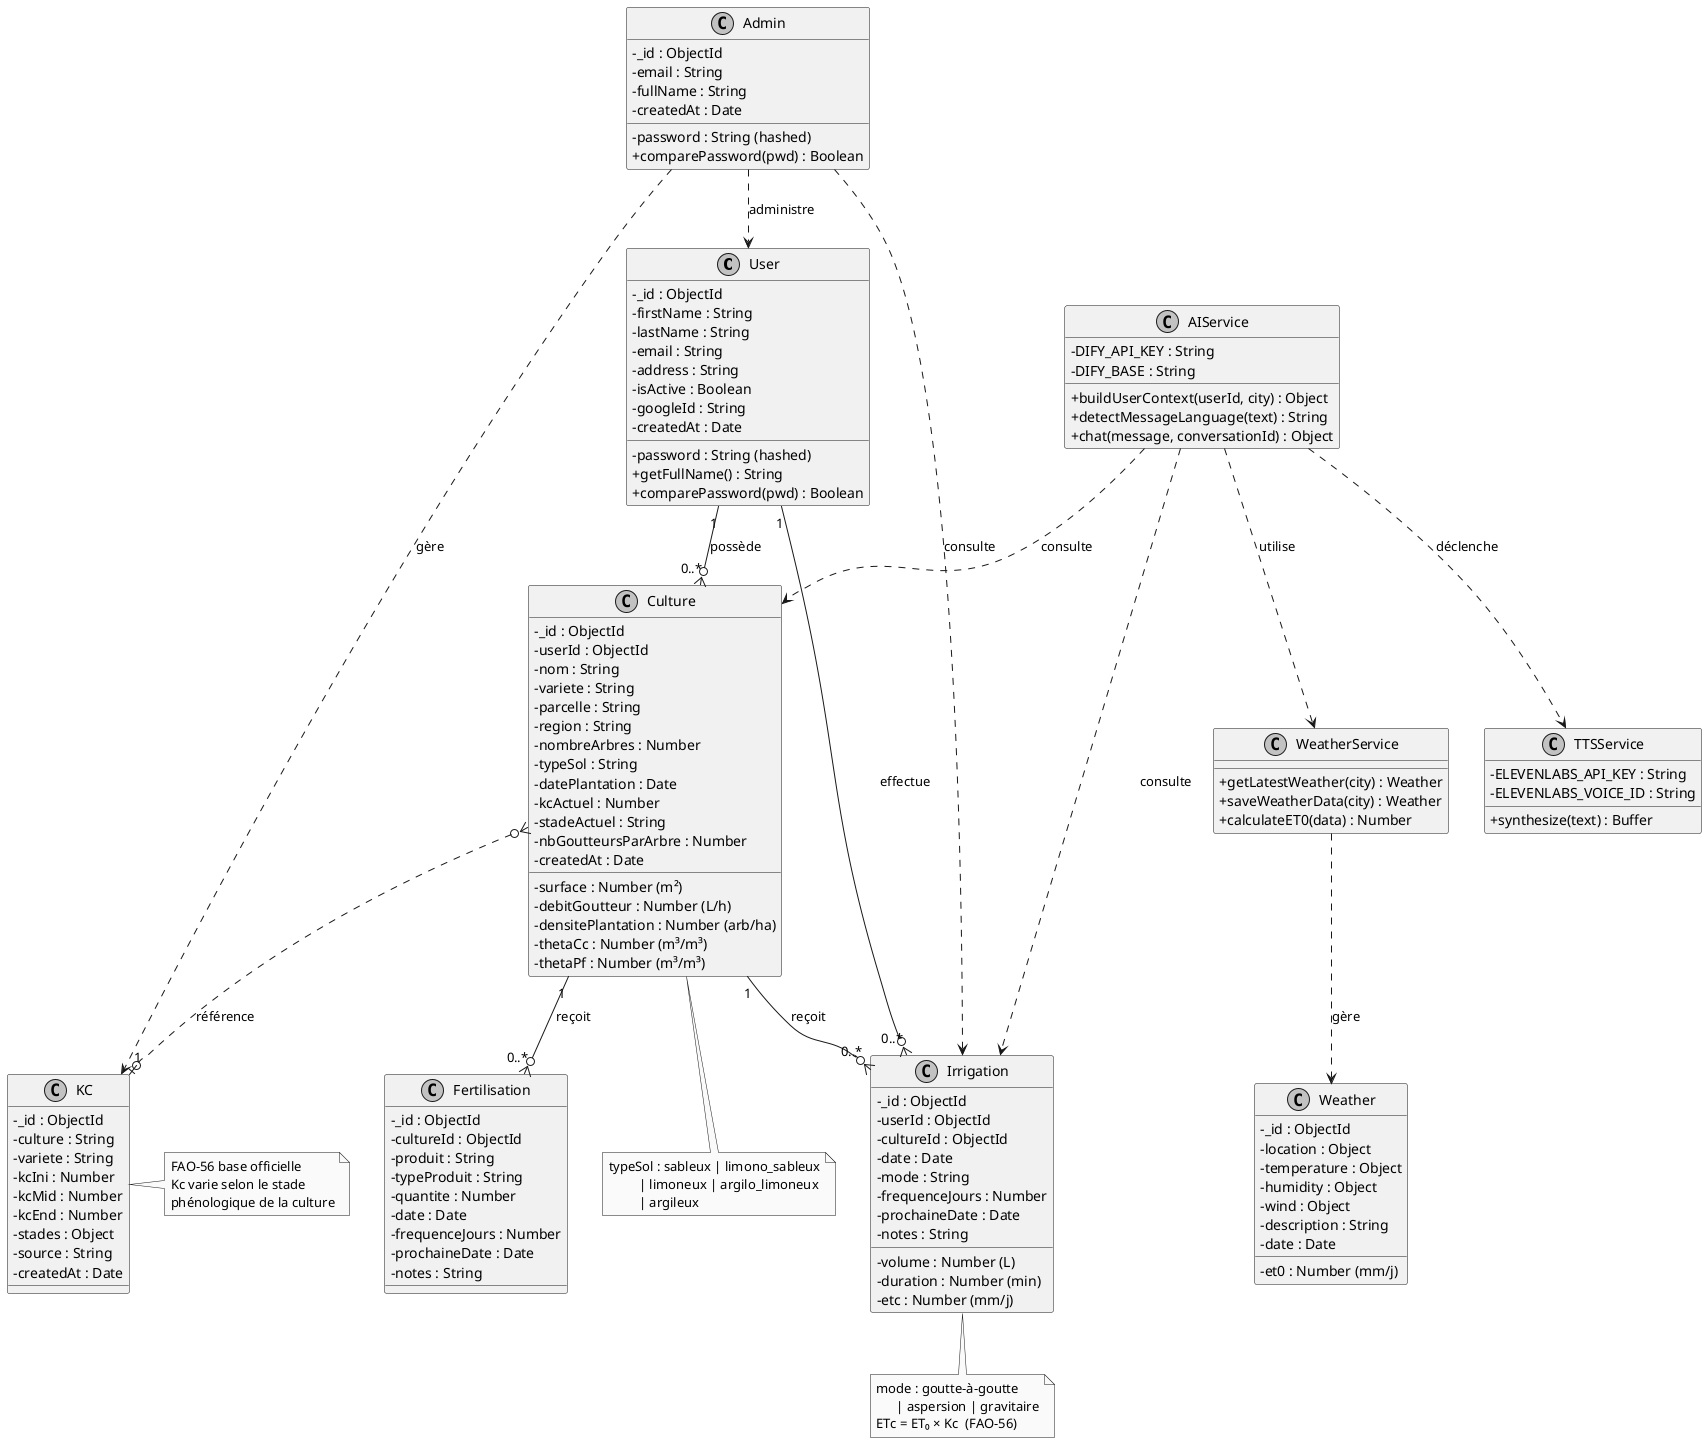
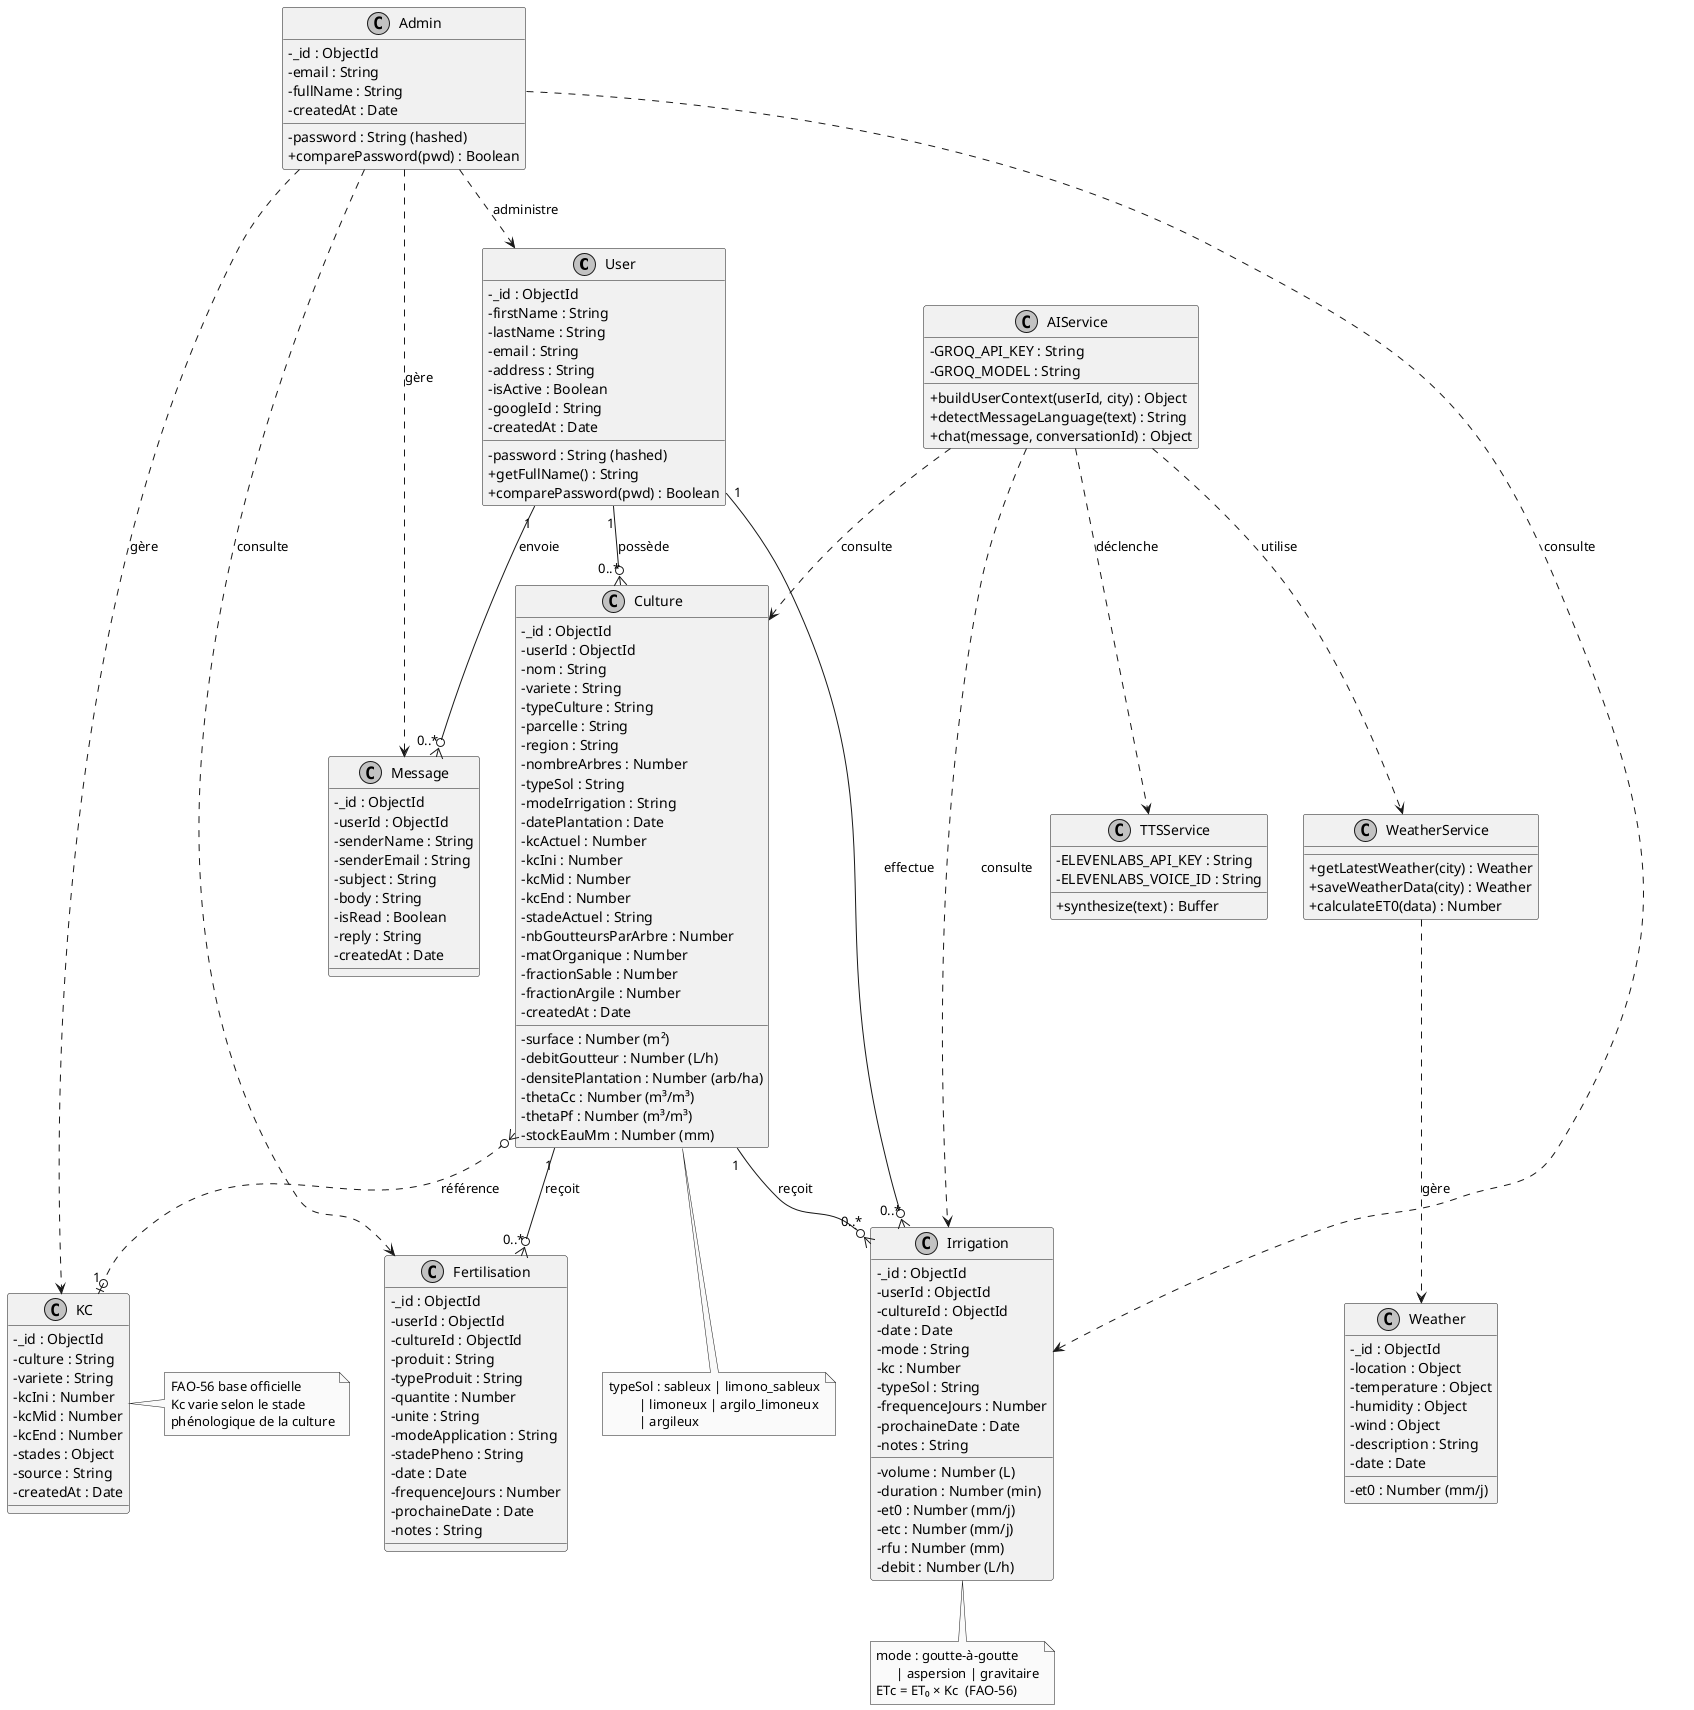
@startuml SmartIrrig - Diagramme de Classes

skinparam classAttributeIconSize 0
skinparam monochrome true
skinparam shadowing false

' ══════════════════════════════════════
' ENTITÉS PRINCIPALES
' ══════════════════════════════════════

class User {
  - _id : ObjectId
  - firstName : String
  - lastName : String
  - email : String
  - password : String (hashed)
  - address : String
  - isActive : Boolean
  - googleId : String
  - createdAt : Date
  + getFullName() : String
  + comparePassword(pwd) : Boolean
}

class Admin {
  - _id : ObjectId
  - email : String
  - password : String (hashed)
  - fullName : String
  - createdAt : Date
  + comparePassword(pwd) : Boolean
}

class Culture {
  - _id : ObjectId
  - userId : ObjectId
  - nom : String
  - variete : String
+   - typeCulture : String
  - parcelle : String
  - region : String
  - surface : Number (m²)
  - nombreArbres : Number
  - typeSol : String
+   - modeIrrigation : String
  - datePlantation : Date
  - kcActuel : Number
+   - kcIni : Number
+   - kcMid : Number
+   - kcEnd : Number
  - stadeActuel : String
  - debitGoutteur : Number (L/h)
  - nbGoutteursParArbre : Number
  - densitePlantation : Number (arb/ha)
  - thetaCc : Number (m³/m³)
  - thetaPf : Number (m³/m³)
+   - matOrganique : Number
+   - fractionSable : Number
+   - fractionArgile : Number
+   - stockEauMm : Number (mm)
  - createdAt : Date
}

class Irrigation {
  - _id : ObjectId
  - userId : ObjectId
  - cultureId : ObjectId
  - volume : Number (L)
  - duration : Number (min)
  - date : Date
  - mode : String
+   - et0 : Number (mm/j)
  - etc : Number (mm/j)
+   - kc : Number
+   - typeSol : String
+   - rfu : Number (mm)
+   - debit : Number (L/h)
  - frequenceJours : Number
  - prochaineDate : Date
  - notes : String
}

class Fertilisation {
  - _id : ObjectId
+   - userId : ObjectId
  - cultureId : ObjectId
  - produit : String
  - typeProduit : String
  - quantite : Number
+   - unite : String
+   - modeApplication : String
+   - stadePheno : String
  - date : Date
  - frequenceJours : Number
  - prochaineDate : Date
  - notes : String
}

class KC {
  - _id : ObjectId
  - culture : String
  - variete : String
  - kcIni : Number
  - kcMid : Number
  - kcEnd : Number
  - stades : Object
  - source : String
  - createdAt : Date
}

class Weather {
  - _id : ObjectId
  - location : Object
  - temperature : Object
  - humidity : Object
  - wind : Object
  - et0 : Number (mm/j)
  - description : String
  - date : Date
}

+ class Message {
+   - _id : ObjectId
+   - userId : ObjectId
+   - senderName : String
+   - senderEmail : String
+   - subject : String
+   - body : String
+   - isRead : Boolean
+   - reply : String
+   - createdAt : Date
+ }
+ 
' ══════════════════════════════════════
' SERVICES
' ══════════════════════════════════════

class WeatherService {
  + getLatestWeather(city) : Weather
  + saveWeatherData(city) : Weather
  + calculateET0(data) : Number
}

class AIService {
-   - DIFY_API_KEY : String
-   - DIFY_BASE : String
+   - GROQ_API_KEY : String
+   - GROQ_MODEL : String
  + buildUserContext(userId, city) : Object
  + detectMessageLanguage(text) : String
  + chat(message, conversationId) : Object
}

class TTSService {
  - ELEVENLABS_API_KEY : String
  - ELEVENLABS_VOICE_ID : String
  + synthesize(text) : Buffer
}

' ══════════════════════════════════════
' RELATIONS
' ══════════════════════════════════════

User "1" --o{ "0..*" Culture : possède
User "1" --o{ "0..*" Irrigation : effectue
+ User "1" --o{ "0..*" Message : envoie
Culture "1" --o{ "0..*" Irrigation : reçoit
Culture "1" --o{ "0..*" Fertilisation : reçoit
Culture }o..o| "1" KC : référence

WeatherService ..> Weather : gère
AIService ..> WeatherService : utilise
AIService ..> Culture : consulte
AIService ..> Irrigation : consulte
AIService ..> TTSService : déclenche

Admin ..> User : administre
Admin ..> KC : gère
Admin ..> Irrigation : consulte
+ Admin ..> Fertilisation : consulte
+ Admin ..> Message : gère

note bottom of Culture
  typeSol : sableux | limono_sableux
           | limoneux | argilo_limoneux
           | argileux
end note

note bottom of Irrigation
  mode : goutte-à-goutte
        | aspersion | gravitaire
  ETc = ET₀ × Kc  (FAO-56)
end note

note right of KC
  FAO-56 base officielle
  Kc varie selon le stade
  phénologique de la culture
end note

@enduml
